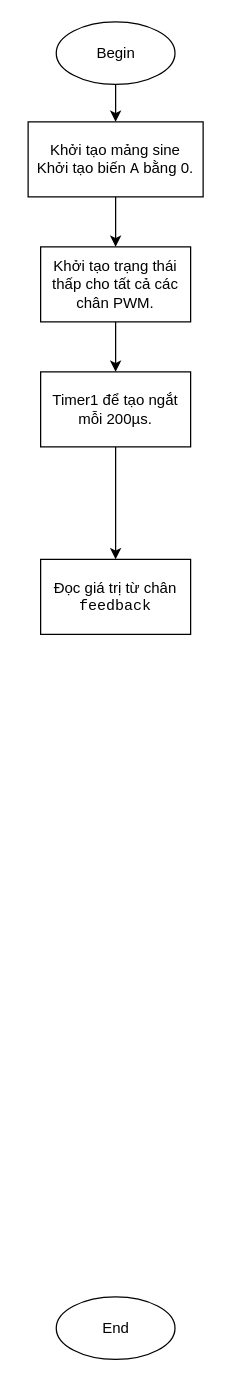
This is doan2/luudo.drawio from zijipia/ArduinoCpp, a draw.io file, before an edit. Source tidied: cells renumbered, new cells numbered last; positions are measured from the earlier drawing's top-left corner, leaving out a move shared by most shapes. Both pictures are drawn from the tidied source at 125%, with x=0, y=0 at pixel (28, 21).
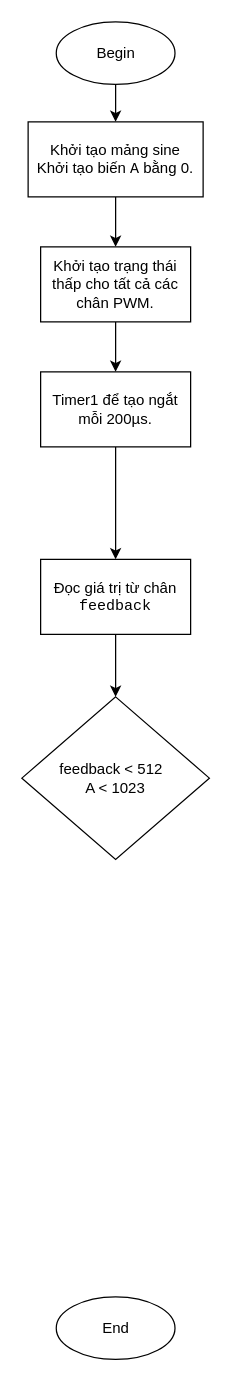
The same page after the edit.

Change to the diagram source:
```diff
@@
 <mxGraphModel>
   <root>
     <mxCell id="0" />
     <mxCell id="1" parent="0" />
     <mxCell id="2" style="edgeStyle=orthogonalEdgeStyle;rounded=0;jettySize=auto;html=1;" parent="1" edge="1" source="3" target="6">
       <mxGeometry relative="1" as="geometry" />
     </mxCell>
     <mxCell id="3" value="Begin" style="ellipse;whiteSpace=wrap;html=1;" parent="1" vertex="1">
       <mxGeometry x="22.5" width="95" height="50" as="geometry" />
     </mxCell>
     <mxCell id="4" value="End" style="ellipse;whiteSpace=wrap;html=1;" parent="1" vertex="1">
       <mxGeometry x="22.5" y="1020" width="95" height="50" as="geometry" />
     </mxCell>
     <mxCell id="5" style="edgeStyle=orthogonalEdgeStyle;rounded=0;jettySize=auto;html=1;" parent="1" edge="1" source="6" target="8">
       <mxGeometry relative="1" as="geometry" />
     </mxCell>
     <mxCell id="6" value="Khởi tạo mảng sine&lt;div&gt;&lt;span style=&quot;background-color: initial;&quot;&gt;Khởi tạo biến &lt;/span&gt;&lt;code style=&quot;background-color: initial;&quot; class=&quot;&quot;&gt;A&lt;/code&gt;&lt;span style=&quot;background-color: initial;&quot;&gt; bằng 0.&lt;/span&gt;&lt;/div&gt;" style="rounded=0;whiteSpace=wrap;html=1;" parent="1" vertex="1">
       <mxGeometry y="80" width="140" height="60" as="geometry" />
     </mxCell>
     <mxCell id="7" style="edgeStyle=orthogonalEdgeStyle;rounded=0;jettySize=auto;html=1;" parent="1" edge="1" source="8" target="10">
       <mxGeometry relative="1" as="geometry" />
     </mxCell>
     <mxCell id="8" value="Khởi tạo trạng thái thấp cho tất cả các chân PWM." style="rounded=0;whiteSpace=wrap;html=1;" parent="1" vertex="1">
       <mxGeometry x="10" y="180" width="120" height="60" as="geometry" />
     </mxCell>
     <mxCell id="9" style="edgeStyle=orthogonalEdgeStyle;rounded=0;jettySize=auto;html=1;" parent="1" edge="1" source="10" target="11">
       <mxGeometry relative="1" as="geometry" />
     </mxCell>
     <mxCell id="10" value="Timer1 để tạo ngắt mỗi 200µs." style="rounded=0;whiteSpace=wrap;html=1;" parent="1" vertex="1">
       <mxGeometry x="10" y="280" width="120" height="60" as="geometry" />
     </mxCell>
+    <mxCell id="12" style="edgeStyle=orthogonalEdgeStyle;rounded=0;jettySize=auto;html=1;" parent="1" edge="1" source="11" target="13">
+      <mxGeometry relative="1" as="geometry" />
+    </mxCell>
     <mxCell id="11" value="Đọc giá trị từ chân &lt;code class=&quot;&quot;&gt;feedback&lt;/code&gt;" style="rounded=0;whiteSpace=wrap;html=1;" parent="1" vertex="1">
       <mxGeometry x="10" y="430" width="120" height="60" as="geometry" />
     </mxCell>
+    <mxCell id="13" value="feedback &amp;lt; 512&amp;nbsp;&amp;nbsp;&lt;div&gt;A &amp;lt; 1023&lt;/div&gt;" style="rhombus;whiteSpace=wrap;html=1;" parent="1" vertex="1">
+      <mxGeometry x="-5" y="540" width="150" height="130" as="geometry" />
+    </mxCell>
   </root>
 </mxGraphModel>
```
